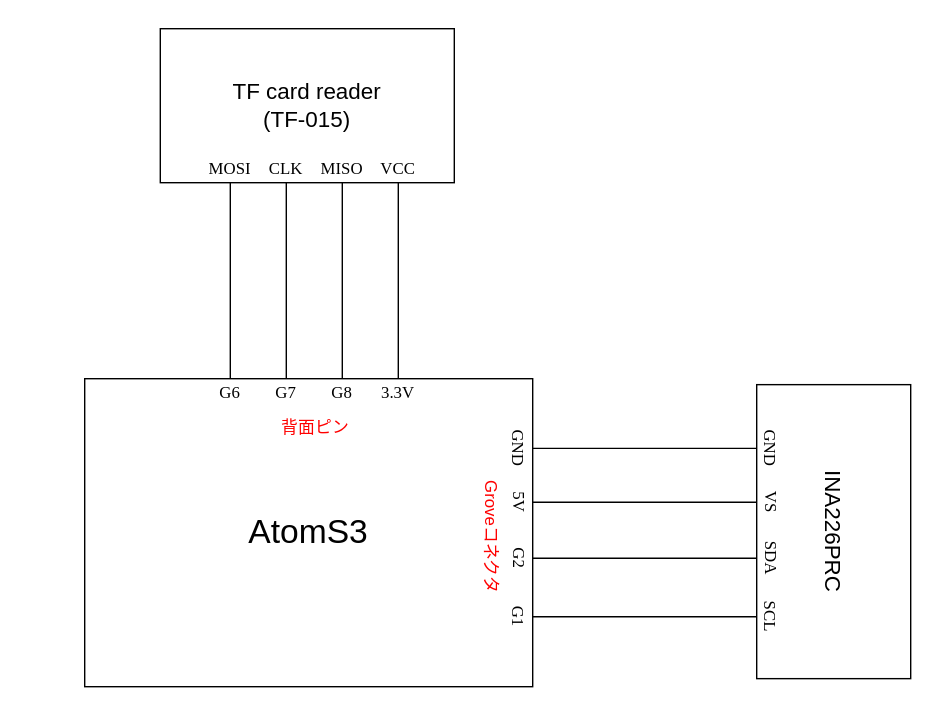
The draw.io diagram image/schematic.svg in kwgt/m5atoms3-ina226, before a commit. Source tidied: cells renumbered, new cells last; positions are measured from the earlier drawing's top-left corner, leaving out a move shared by most shapes.
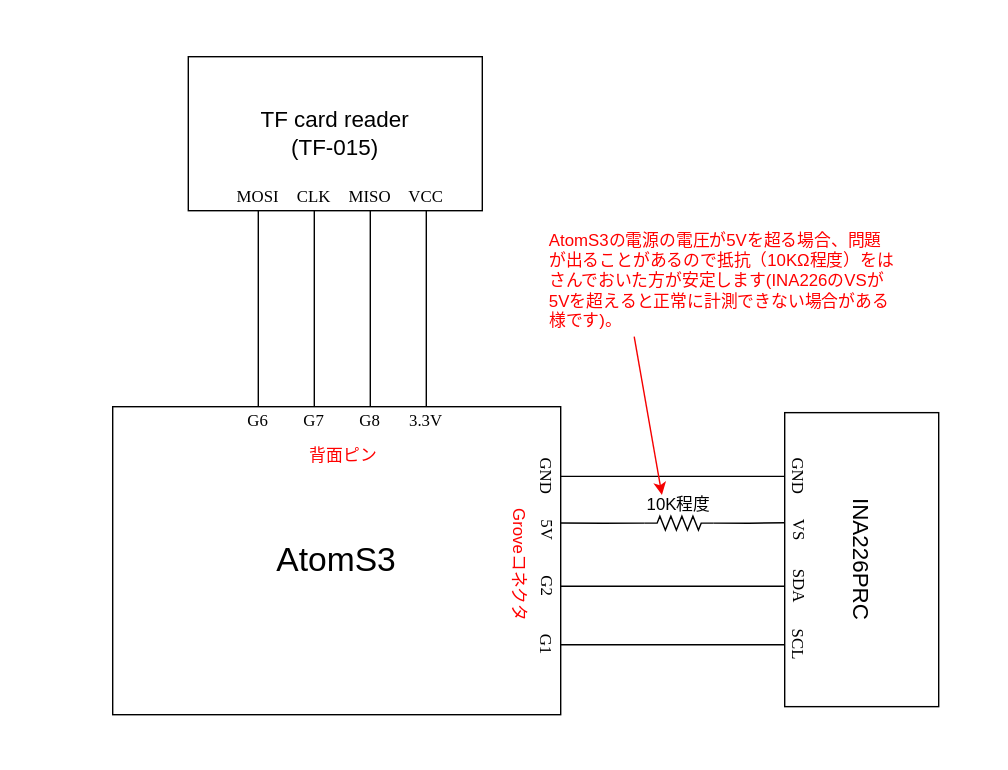
After the commit.

Commit message:
接続図を修正した。

What changed in the source:
```diff
@@ -50,47 +50,62 @@
     <mxCell id="17" value="&lt;font face=&quot;Lucida Console&quot;&gt;3.3V&lt;/font&gt;" style="text;html=1;align=center;verticalAlign=middle;whiteSpace=wrap;rounded=0;" parent="1" vertex="1">
       <mxGeometry x="264" y="270" width="40" height="20" as="geometry" />
     </mxCell>
-    <mxCell id="18" style="edgeStyle=orthogonalEdgeStyle;rounded=0;jettySize=auto;html=1;exitX=0.5;exitY=0;exitDx=0;exitDy=0;entryX=0.5;entryY=1;entryDx=0;entryDy=0;endArrow=none;endFill=0;" parent="1" edge="1" source="19" target="26">
+    <mxCell id="18" style="edgeStyle=orthogonalEdgeStyle;rounded=0;jettySize=auto;html=1;exitX=0.5;exitY=0;exitDx=0;exitDy=0;entryX=0.5;entryY=1;entryDx=0;entryDy=0;endArrow=none;endFill=0;" parent="1" edge="1" source="19" target="25">
       <mxGeometry relative="1" as="geometry" />
     </mxCell>
     <mxCell id="19" value="&lt;font face=&quot;Lucida Console&quot;&gt;GND&lt;/font&gt;" style="text;html=1;align=center;verticalAlign=middle;whiteSpace=wrap;rounded=0;rotation=90;" parent="1" vertex="1">
       <mxGeometry x="350" y="309.8" width="40" height="20" as="geometry" />
     </mxCell>
-    <mxCell id="20" style="edgeStyle=orthogonalEdgeStyle;rounded=0;jettySize=auto;html=1;exitX=0.5;exitY=0;exitDx=0;exitDy=0;entryX=0.5;entryY=1;entryDx=0;entryDy=0;endArrow=none;endFill=0;" parent="1" edge="1" source="21" target="27">
+    <mxCell id="20" style="edgeStyle=orthogonalEdgeStyle;rounded=0;jettySize=auto;html=1;exitX=0.5;exitY=0;exitDx=0;exitDy=0;entryX=0.5;entryY=1;entryDx=0;entryDy=0;endArrow=none;endFill=0;" parent="1" edge="1" source="21" target="26">
       <mxGeometry relative="1" as="geometry" />
     </mxCell>
     <mxCell id="21" value="&lt;font face=&quot;Lucida Console&quot;&gt;G1&lt;/font&gt;" style="text;html=1;align=center;verticalAlign=middle;whiteSpace=wrap;rounded=0;rotation=90;" parent="1" vertex="1">
       <mxGeometry x="350" y="430" width="40" height="20" as="geometry" />
     </mxCell>
-    <mxCell id="22" style="edgeStyle=orthogonalEdgeStyle;rounded=0;jettySize=auto;html=1;exitX=0.5;exitY=0;exitDx=0;exitDy=0;entryX=0.5;entryY=1;entryDx=0;entryDy=0;endArrow=none;endFill=0;" parent="1" edge="1" source="23" target="28">
+    <mxCell id="22" style="edgeStyle=orthogonalEdgeStyle;rounded=0;jettySize=auto;html=1;exitX=0.5;exitY=0;exitDx=0;exitDy=0;entryX=0.5;entryY=1;entryDx=0;entryDy=0;endArrow=none;endFill=0;" parent="1" edge="1" source="23" target="27">
       <mxGeometry relative="1" as="geometry" />
     </mxCell>
     <mxCell id="23" value="&lt;font face=&quot;Lucida Console&quot;&gt;G2&lt;/font&gt;" style="text;html=1;align=center;verticalAlign=middle;whiteSpace=wrap;rounded=0;rotation=90;" parent="1" vertex="1">
       <mxGeometry x="350" y="388.2" width="40" height="20" as="geometry" />
     </mxCell>
-    <mxCell id="24" style="edgeStyle=orthogonalEdgeStyle;rounded=0;jettySize=auto;html=1;exitX=0.5;exitY=0;exitDx=0;exitDy=0;endArrow=none;endFill=0;" parent="1" edge="1" source="25" target="29">
-      <mxGeometry relative="1" as="geometry" />
+    <mxCell id="24" value="&lt;font face=&quot;Lucida Console&quot;&gt;5V&lt;/font&gt;" style="text;html=1;align=center;verticalAlign=middle;whiteSpace=wrap;rounded=0;rotation=90;" parent="1" vertex="1">
+      <mxGeometry x="350" y="348.2" width="40" height="20" as="geometry" />
     </mxCell>
-    <mxCell id="25" value="&lt;font face=&quot;Lucida Console&quot;&gt;5V&lt;/font&gt;" style="text;html=1;align=center;verticalAlign=middle;whiteSpace=wrap;rounded=0;rotation=90;" parent="1" vertex="1">
-      <mxGeometry x="350" y="348.2" width="40" height="20" as="geometry" />
+    <mxCell id="25" value="&lt;font face=&quot;Lucida Console&quot;&gt;GND&lt;/font&gt;" style="text;html=1;align=center;verticalAlign=middle;whiteSpace=wrap;rounded=0;rotation=90;" parent="1" vertex="1">
+      <mxGeometry x="530" y="309.8" width="40" height="20" as="geometry" />
     </mxCell>
-    <mxCell id="26" value="&lt;font face=&quot;Lucida Console&quot;&gt;GND&lt;/font&gt;" style="text;html=1;align=center;verticalAlign=middle;whiteSpace=wrap;rounded=0;rotation=90;" parent="1" vertex="1">
-      <mxGeometry x="530" y="309.8" width="40" height="20" as="geometry" />
+    <mxCell id="26" value="&lt;font face=&quot;Lucida Console&quot;&gt;SCL&lt;/font&gt;" style="text;html=1;align=center;verticalAlign=middle;whiteSpace=wrap;rounded=0;rotation=90;" parent="1" vertex="1">
+      <mxGeometry x="530" y="430" width="40" height="20" as="geometry" />
     </mxCell>
-    <mxCell id="27" value="&lt;font face=&quot;Lucida Console&quot;&gt;SCL&lt;/font&gt;" style="text;html=1;align=center;verticalAlign=middle;whiteSpace=wrap;rounded=0;rotation=90;" parent="1" vertex="1">
-      <mxGeometry x="530" y="430" width="40" height="20" as="geometry" />
+    <mxCell id="27" value="&lt;font face=&quot;Lucida Console&quot;&gt;SDA&lt;/font&gt;" style="text;html=1;align=center;verticalAlign=middle;whiteSpace=wrap;rounded=0;rotation=90;" parent="1" vertex="1">
+      <mxGeometry x="530" y="388.2" width="40" height="20" as="geometry" />
     </mxCell>
-    <mxCell id="28" value="&lt;font face=&quot;Lucida Console&quot;&gt;SDA&lt;/font&gt;" style="text;html=1;align=center;verticalAlign=middle;whiteSpace=wrap;rounded=0;rotation=90;" parent="1" vertex="1">
-      <mxGeometry x="530" y="388.2" width="40" height="20" as="geometry" />
+    <mxCell id="28" value="&lt;font face=&quot;Lucida Console&quot;&gt;VS&lt;/font&gt;" style="text;html=1;align=center;verticalAlign=middle;whiteSpace=wrap;rounded=0;rotation=90;" parent="1" vertex="1">
+      <mxGeometry x="530" y="348.2" width="40" height="20" as="geometry" />
     </mxCell>
-    <mxCell id="29" value="&lt;font face=&quot;Lucida Console&quot;&gt;VS&lt;/font&gt;" style="text;html=1;align=center;verticalAlign=middle;whiteSpace=wrap;rounded=0;rotation=90;" parent="1" vertex="1">
-      <mxGeometry x="530" y="348.2" width="40" height="20" as="geometry" />
+    <mxCell id="29" value="&lt;font color=&quot;#ff0000&quot;&gt;Groveコネクタ&lt;/font&gt;" style="text;html=1;align=center;verticalAlign=middle;whiteSpace=wrap;rounded=0;rotation=90;" parent="1" vertex="1">
+      <mxGeometry x="300" y="368.2" width="100" height="30" as="geometry" />
     </mxCell>
-    <mxCell id="30" value="&lt;font color=&quot;#ff0000&quot;&gt;Groveコネクタ&lt;/font&gt;" style="text;html=1;align=center;verticalAlign=middle;whiteSpace=wrap;rounded=0;rotation=90;" parent="1" vertex="1">
-      <mxGeometry x="300" y="368.2" width="100" height="30" as="geometry" />
+    <mxCell id="30" value="&lt;font color=&quot;#ff0000&quot;&gt;背面ピン&lt;/font&gt;" style="text;html=1;align=center;verticalAlign=middle;whiteSpace=wrap;rounded=0;rotation=0;" parent="1" vertex="1">
+      <mxGeometry x="175" y="290" width="100" height="30" as="geometry" />
     </mxCell>
-    <mxCell id="31" value="&lt;font color=&quot;#ff0000&quot;&gt;背面ピン&lt;/font&gt;" style="text;html=1;align=center;verticalAlign=middle;whiteSpace=wrap;rounded=0;rotation=0;" parent="1" vertex="1">
-      <mxGeometry x="175" y="290" width="100" height="30" as="geometry" />
+    <mxCell id="31" style="verticalLabelPosition=bottom;shadow=0;dashed=0;align=center;html=1;verticalAlign=top;shape=mxgraph.electrical.resistors.resistor_2;" parent="1" vertex="1">
+      <mxGeometry x="440" y="348.2" width="49.2" height="9.8" as="geometry" />
     </mxCell>
+    <mxCell id="32" style="edgeStyle=orthogonalEdgeStyle;rounded=0;jettySize=auto;html=1;exitX=1;exitY=0.5;exitDx=0;exitDy=0;exitPerimeter=0;endArrow=none;endFill=0;entryX=0.366;entryY=0.995;entryDx=0;entryDy=0;entryPerimeter=0;" parent="1" edge="1" source="31" target="28">
+      <mxGeometry relative="1" as="geometry" />
+    </mxCell>
+    <mxCell id="33" style="edgeStyle=orthogonalEdgeStyle;rounded=0;jettySize=auto;html=1;exitX=0;exitY=0.5;exitDx=0;exitDy=0;exitPerimeter=0;entryX=0.371;entryY=0.015;entryDx=0;entryDy=0;entryPerimeter=0;endArrow=none;endFill=0;" parent="1" edge="1" source="31" target="24">
+      <mxGeometry relative="1" as="geometry" />
+    </mxCell>
+    <mxCell id="34" value="10K程度" style="text;html=1;align=center;verticalAlign=middle;whiteSpace=wrap;rounded=0;spacing=0;strokeColor=none;" parent="1" vertex="1">
+      <mxGeometry x="440" y="333" width="49.2" height="14.2" as="geometry" />
+    </mxCell>
+    <mxCell id="35" value="&lt;font color=&quot;#ff0000&quot;&gt;AtomS3の電源の電圧が5Vを超る場合、問題が出ることがあるので抵抗（10KΩ程度）をはさんでおいた方が安定します(INA226のVSが5Vを超えると正常に計測できない場合がある様です)。&lt;/font&gt;" style="text;html=1;align=left;verticalAlign=middle;whiteSpace=wrap;rounded=0;" parent="1" vertex="1">
+      <mxGeometry x="370" y="140" width="250" height="80" as="geometry" />
+    </mxCell>
+    <mxCell id="36" style="endArrow=classic;html=1;rounded=0;exitX=0.25;exitY=1;exitDx=0;exitDy=0;entryX=0.25;entryY=0;entryDx=0;entryDy=0;strokeColor=#f50000;" parent="1" edge="1" source="35" target="34">
+      <mxGeometry relative="1" as="geometry" />
+    </mxCell>
   </root>
 </mxGraphModel>
```
